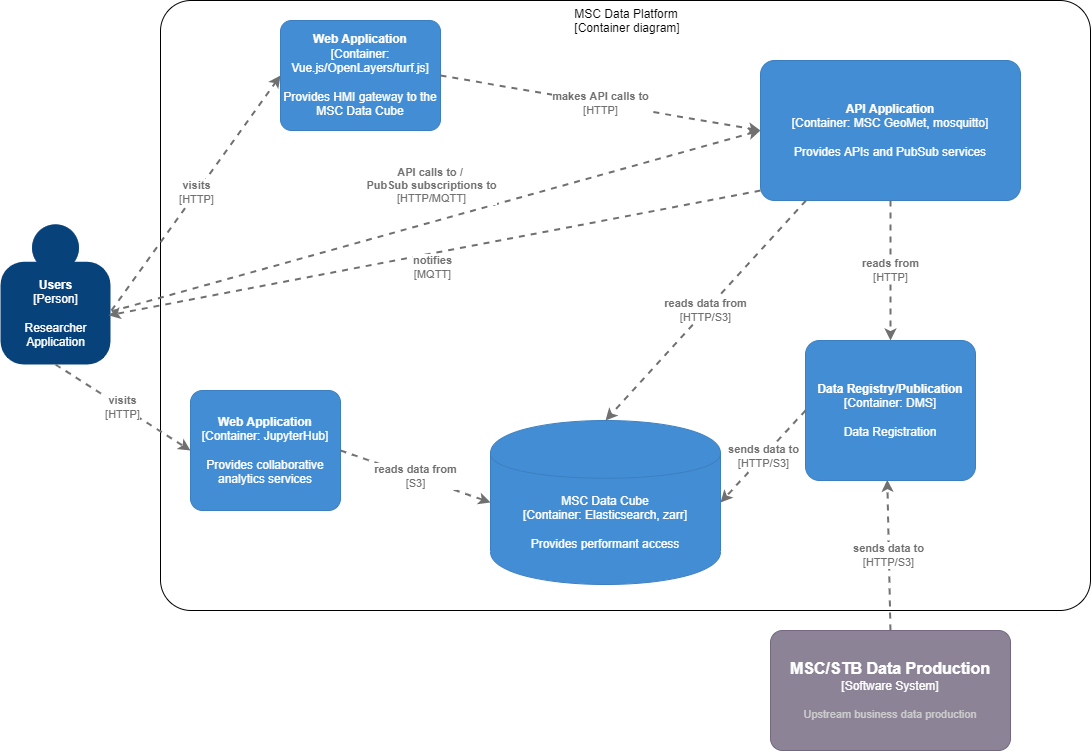
Earlier version of the draw.io export architecture/c4.container.png (ECCC-MSC/msc-data-platform). Source tidied: cells renumbered, new cells last; positions are measured from the earlier drawing's top-left corner, leaving out a move shared by most shapes.
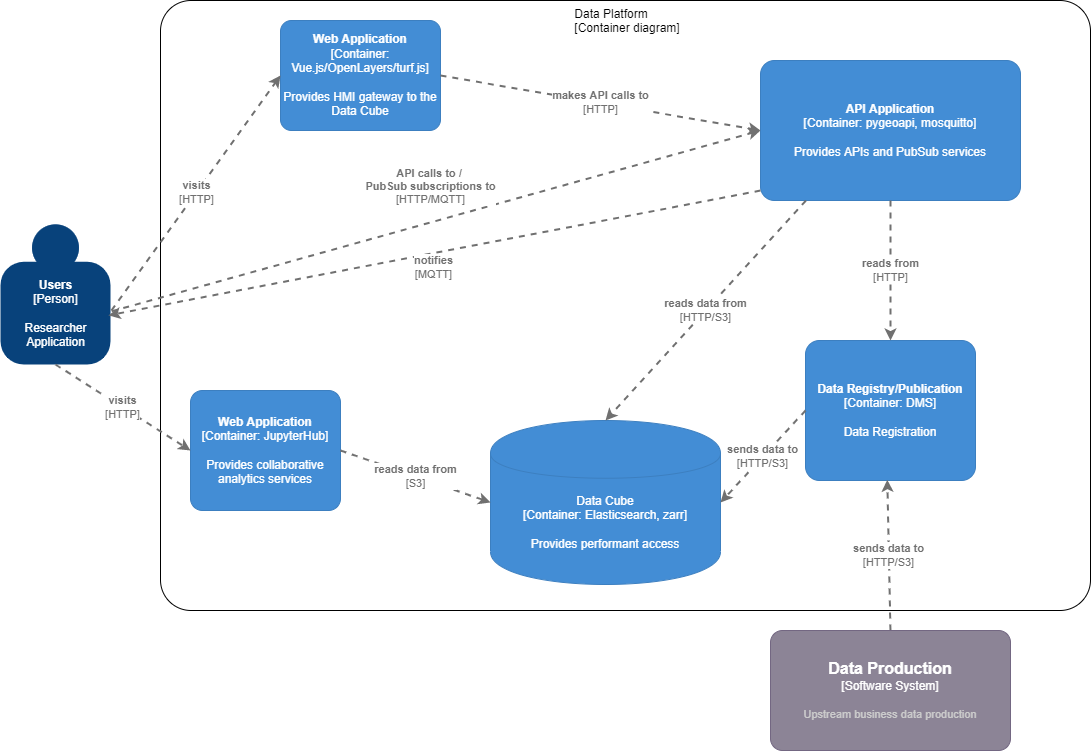
Above is the later version.

Commit message:
make diagrams more GitHub

Diff of the diagram source:
```diff
@@ -2,7 +2,7 @@
   <root>
     <mxCell id="0" />
     <mxCell id="1" parent="0" />
-    <object id="2" label="&lt;div style=&quot;text-align: left&quot;&gt;%c4Name%&lt;/div&gt;&lt;div style=&quot;text-align: left&quot;&gt;[%c4Application%]&lt;/div&gt;" c4Application="Container diagram" c4Name="MSC Data Platform" c4Type="ExecutionEnvironment" placeholders="1">
+    <object id="2" label="&lt;div style=&quot;text-align: left&quot;&gt;%c4Name%&lt;/div&gt;&lt;div style=&quot;text-align: left&quot;&gt;[%c4Application%]&lt;/div&gt;" c4Application="Container diagram" c4Name="Data Platform" c4Type="ExecutionEnvironment" placeholders="1">
       <mxCell style="rounded=1;whiteSpace=wrap;html=1;labelBackgroundColor=none;fillColor=none;fontColor=#000000;align=middle;arcSize=5;strokeColor=#000000;verticalAlign=top;metaData={&quot;c4Type&quot;:{&quot;editable&quot;:false}};" parent="1" vertex="1">
         <mxGeometry x="160" width="930" height="610" as="geometry" />
       </mxCell>
@@ -12,7 +12,7 @@
         <mxGeometry x="805" y="340" width="170" height="140" as="geometry" />
       </mxCell>
     </object>
-    <object id="4" label="%c4Type%&lt;div&gt;[Container:&amp;nbsp;%c4Technology%]&lt;/div&gt;&lt;br&gt;&lt;div&gt;%c4Description%&lt;/div&gt;" c4Description="Provides performant access" c4Name="MSC Data Cube" c4Technology="Elasticsearch, zarr" c4Type="MSC Data Cube" placeholders="1">
+    <object id="4" label="%c4Type%&lt;div&gt;[Container:&amp;nbsp;%c4Technology%]&lt;/div&gt;&lt;br&gt;&lt;div&gt;%c4Description%&lt;/div&gt;" c4Description="Provides performant access" c4Name="Data Cube" c4Technology="Elasticsearch, zarr" c4Type="Data Cube" placeholders="1">
       <mxCell style="shape=cylinder;whiteSpace=wrap;html=1;boundedLbl=1;rounded=0;labelBackgroundColor=none;fillColor=#438DD5;fontSize=12;fontColor=#ffffff;align=center;strokeColor=#3C7FC0;points=[[0.5,0,0],[1,0.25,0],[1,0.5,0],[1,0.75,0],[0.5,1,0],[0,0.75,0],[0,0.5,0],[0,0.25,0]];metaData={&quot;c4Type&quot;:{&quot;editable&quot;:false}};" parent="1" vertex="1">
         <mxGeometry x="490" y="420" width="230" height="164" as="geometry" />
       </mxCell>
@@ -27,7 +27,7 @@
         <mxGeometry relative="1" as="geometry" />
       </mxCell>
     </object>
-    <object id="7" label="&lt;b&gt;%c4Name%&lt;/b&gt;&lt;div&gt;[%c4Type%: %c4Technology%]&lt;/div&gt;&lt;br&gt;&lt;div&gt;%c4Description%&lt;/div&gt;" c4Description="Provides APIs and PubSub services" c4Name="API Application" c4Technology="MSC GeoMet, mosquitto" c4Type="Container" placeholders="1">
+    <object id="7" label="&lt;b&gt;%c4Name%&lt;/b&gt;&lt;div&gt;[%c4Type%: %c4Technology%]&lt;/div&gt;&lt;br&gt;&lt;div&gt;%c4Description%&lt;/div&gt;" c4Description="Provides APIs and PubSub services" c4Name="API Application" c4Technology="pygeoapi, mosquitto" c4Type="Container" placeholders="1">
       <mxCell style="rounded=1;whiteSpace=wrap;html=1;labelBackgroundColor=none;fillColor=#438DD5;fontColor=#ffffff;align=center;arcSize=10;strokeColor=#3C7FC0;metaData={&quot;c4Type&quot;:{&quot;editable&quot;:false}};points=[[0.25,0,0],[0.5,0,0],[0.75,0,0],[1,0.25,0],[1,0.5,0],[1,0.75,0],[0.75,1,0],[0.5,1,0],[0.25,1,0],[0,0.75,0],[0,0.5,0],[0,0.25,0]];" parent="1" vertex="1">
         <mxGeometry x="760" y="60" width="260" height="140" as="geometry" />
       </mxCell>
@@ -37,7 +37,7 @@
         <mxGeometry relative="1" as="geometry" />
       </mxCell>
     </object>
-    <object id="9" label="&lt;b&gt;%c4Name%&lt;/b&gt;&lt;div&gt;[%c4Type%: %c4Technology%]&lt;/div&gt;&lt;br&gt;&lt;div&gt;%c4Description%&lt;/div&gt;" c4Description="Provides HMI gateway to the MSC Data Cube" c4Name="Web Application" c4Technology="Vue.js/OpenLayers/turf.js" c4Type="Container" placeholders="1">
+    <object id="9" label="&lt;b&gt;%c4Name%&lt;/b&gt;&lt;div&gt;[%c4Type%: %c4Technology%]&lt;/div&gt;&lt;br&gt;&lt;div&gt;%c4Description%&lt;/div&gt;" c4Description="Provides HMI gateway to the Data Cube" c4Name="Web Application" c4Technology="Vue.js/OpenLayers/turf.js" c4Type="Container" placeholders="1">
       <mxCell style="rounded=1;whiteSpace=wrap;html=1;labelBackgroundColor=none;fillColor=#438DD5;fontColor=#ffffff;align=center;arcSize=10;strokeColor=#3C7FC0;metaData={&quot;c4Type&quot;:{&quot;editable&quot;:false}};points=[[0.25,0,0],[0.5,0,0],[0.75,0,0],[1,0.25,0],[1,0.5,0],[1,0.75,0],[0.75,1,0],[0.5,1,0],[0.25,1,0],[0,0.75,0],[0,0.5,0],[0,0.25,0]];" parent="1" vertex="1">
         <mxGeometry x="280" y="20" width="160" height="110" as="geometry" />
       </mxCell>
@@ -72,7 +72,7 @@
         <mxGeometry x="0.01" y="14" relative="1" as="geometry" />
       </mxCell>
     </object>
-    <object id="16" label="&lt;font style=&quot;font-size: 16px&quot;&gt;&lt;b&gt;%c4Name%&lt;/b&gt;&lt;/font&gt;&lt;div&gt;[%c4Type%]&lt;/div&gt;&lt;br&gt;&lt;div&gt;&lt;font style=&quot;font-size: 11px&quot;&gt;&lt;font color=&quot;#cccccc&quot;&gt;%c4Description%&lt;/font&gt;&lt;/div&gt;" c4Description="Upstream business data production" c4Name="MSC/STB Data Production" c4Type="Software System" placeholders="1">
+    <object id="16" label="&lt;font style=&quot;font-size: 16px&quot;&gt;&lt;b&gt;%c4Name%&lt;/b&gt;&lt;/font&gt;&lt;div&gt;[%c4Type%]&lt;/div&gt;&lt;br&gt;&lt;div&gt;&lt;font style=&quot;font-size: 11px&quot;&gt;&lt;font color=&quot;#cccccc&quot;&gt;%c4Description%&lt;/font&gt;&lt;/div&gt;" c4Description="Upstream business data production" c4Name="Data Production" c4Type="Software System" placeholders="1">
       <mxCell style="rounded=1;whiteSpace=wrap;html=1;labelBackgroundColor=none;fillColor=#8C8496;fontColor=#ffffff;align=center;arcSize=10;strokeColor=#736782;points=[[0.25,0,0],[0.5,0,0],[0.75,0,0],[1,0.25,0],[1,0.5,0],[1,0.75,0],[0.75,1,0],[0.5,1,0],[0.25,1,0],[0,0.75,0],[0,0.5,0],[0,0.25,0]];" parent="1" vertex="1">
         <mxGeometry x="770" y="630" width="240" height="120" as="geometry" />
       </mxCell>
```
